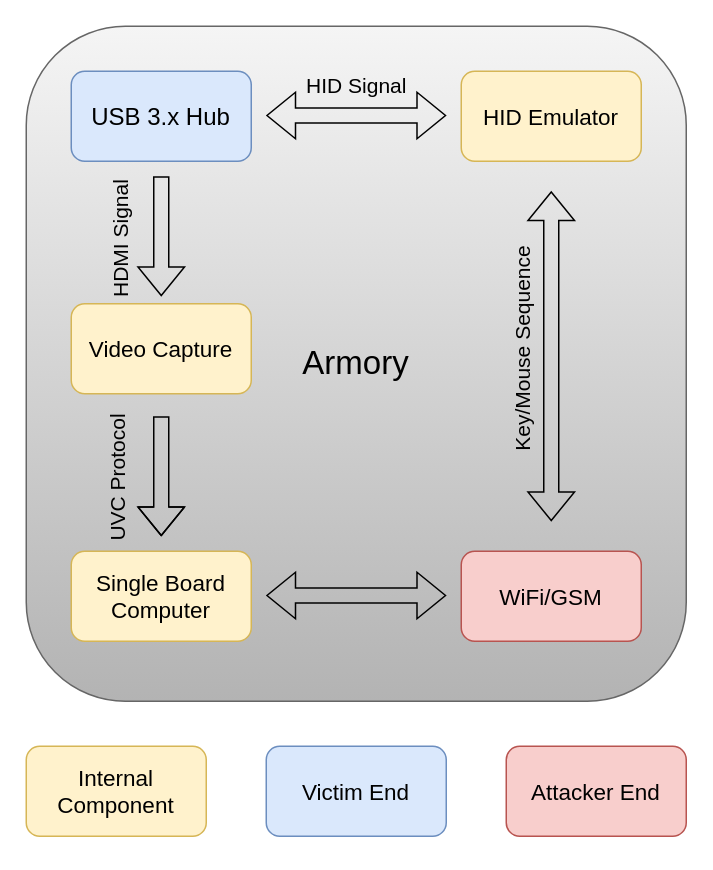
Earlier version of the draw.io diagram WOOT/drawio_fig/Attack Model.drawio (jwnhy/WOOT-BadUSB-C). Source tidied: cells renumbered, new cells numbered last; positions are measured from the earlier drawing's top-left corner, leaving out a move shared by most shapes. Both pictures are drawn from the tidied source at 150%, with x=0, y=0 at pixel (26, 26).
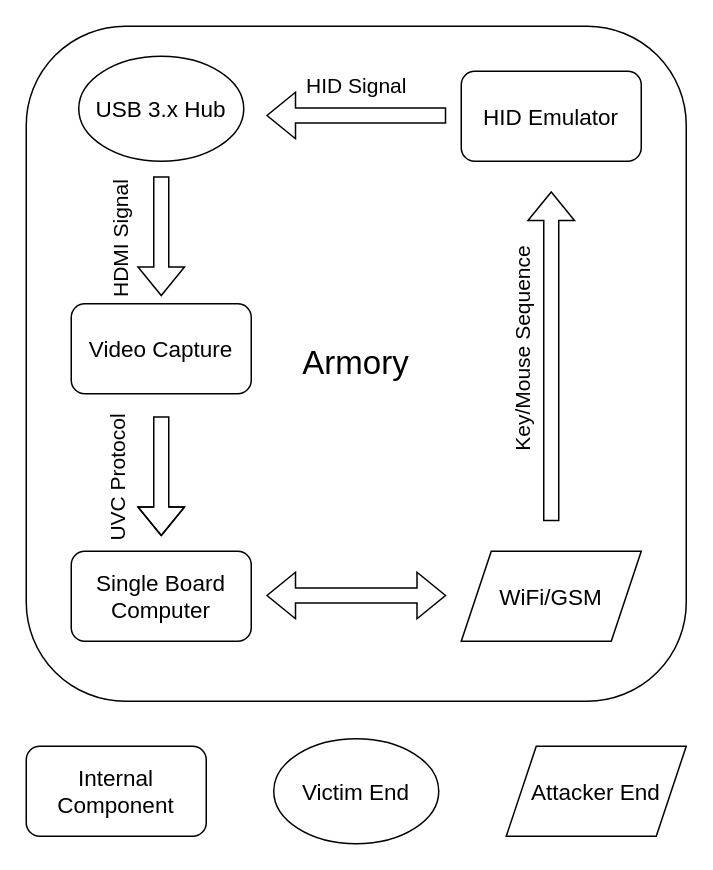
The same diagram, later.

Commit message (it also covers changes not shown here):
change attack model fig

Change to the diagram source:
```diff
@@
-    <mxCell id="2" value="&lt;font style=&quot;font-size: 22px&quot;&gt;Armory&lt;/font&gt;" style="rounded=1;whiteSpace=wrap;html=1;fillColor=#f5f5f5;strokeColor=#666666;gradientColor=#b3b3b3;" parent="1" vertex="1">
+    <mxCell id="2" value="&lt;font style=&quot;font-size: 22px&quot;&gt;Armory&lt;/font&gt;" style="rounded=1;whiteSpace=wrap;html=1;" parent="1" vertex="1">
       <mxGeometry width="440" height="450" as="geometry" />
     </mxCell>
-    <mxCell id="3" value="Key/Mouse Sequence" style="edgeStyle=orthogonalEdgeStyle;shape=flexArrow;rounded=0;orthogonalLoop=1;jettySize=auto;startArrow=block;labelBackgroundColor=none;verticalAlign=middle;horizontal=0;fontSize=14;" parent="1" edge="1">
+    <mxCell id="3" value="Key/Mouse Sequence" style="edgeStyle=orthogonalEdgeStyle;shape=flexArrow;rounded=0;orthogonalLoop=1;jettySize=auto;startArrow=none;labelBackgroundColor=none;verticalAlign=middle;horizontal=0;fontSize=14;fillColor=#ffffff;endArrow=block;endFill=0;startFill=0;" parent="1" edge="1">
       <mxGeometry x="0.05" y="20" relative="1" as="geometry">
         <mxPoint x="350" y="330" as="sourcePoint" />
         <mxPoint x="350" y="110" as="targetPoint" />
       </mxGeometry>
     </mxCell>
-    <mxCell id="4" value="WiFi/GSM" style="rounded=1;whiteSpace=wrap;html=1;fillColor=#f8cecc;strokeColor=#b85450;fontSize=15;" parent="1" vertex="1">
-      <mxGeometry x="290" y="350" width="120" height="60" as="geometry" />
-    </mxCell>
-    <mxCell id="5" style="edgeStyle=orthogonalEdgeStyle;shape=flexArrow;rounded=0;orthogonalLoop=1;jettySize=auto;html=1;startArrow=block;" parent="1" edge="1">
+    <mxCell id="5" style="edgeStyle=orthogonalEdgeStyle;shape=flexArrow;rounded=0;orthogonalLoop=1;jettySize=auto;html=1;startArrow=block;fillColor=#ffffff;" parent="1" edge="1">
       <mxGeometry relative="1" as="geometry">
         <mxPoint x="160" y="379.5" as="sourcePoint" />
         <mxPoint x="280" y="379.5" as="targetPoint" />
       </mxGeometry>
     </mxCell>
-    <mxCell id="6" value="Single Board Computer" style="rounded=1;whiteSpace=wrap;html=1;fillColor=#fff2cc;strokeColor=#d6b656;fontSize=15;" parent="1" vertex="1">
+    <mxCell id="6" value="Single Board Computer" style="rounded=1;whiteSpace=wrap;html=1;fontSize=15;" parent="1" vertex="1">
       <mxGeometry x="30" y="350" width="120" height="60" as="geometry" />
     </mxCell>
-    <mxCell id="7" value="UVC Protocol" style="edgeStyle=orthogonalEdgeStyle;shape=flexArrow;rounded=0;orthogonalLoop=1;jettySize=auto;startArrow=none;startFill=0;labelBackgroundColor=none;horizontal=0;fontSize=14;" parent="1" edge="1">
+    <mxCell id="7" value="UVC Protocol" style="edgeStyle=orthogonalEdgeStyle;shape=flexArrow;rounded=0;orthogonalLoop=1;jettySize=auto;startArrow=none;startFill=0;labelBackgroundColor=none;horizontal=0;fontSize=14;fillColor=#ffffff;" parent="1" edge="1">
       <mxGeometry y="-30" relative="1" as="geometry">
         <mxPoint x="90" y="260" as="sourcePoint" />
         <mxPoint x="90" y="340" as="targetPoint" />
         <Array as="points">
           <mxPoint x="89.5" y="300" />
           <mxPoint x="89.5" y="300" />
         </Array>
       </mxGeometry>
     </mxCell>
-    <mxCell id="8" value="Video Capture" style="rounded=1;whiteSpace=wrap;html=1;fillColor=#fff2cc;strokeColor=#d6b656;fontSize=15;" parent="1" vertex="1">
+    <mxCell id="8" value="Video Capture" style="rounded=1;whiteSpace=wrap;html=1;fontSize=15;" parent="1" vertex="1">
       <mxGeometry x="30" y="185" width="120" height="60" as="geometry" />
     </mxCell>
-    <mxCell id="9" value="HID Signal" style="edgeStyle=orthogonalEdgeStyle;rounded=0;orthogonalLoop=1;jettySize=auto;html=1;shape=flexArrow;startArrow=block;labelBackgroundColor=none;fontSize=14;" parent="1" edge="1">
+    <mxCell id="9" value="HID Signal" style="edgeStyle=orthogonalEdgeStyle;rounded=0;orthogonalLoop=1;jettySize=auto;html=1;shape=flexArrow;startArrow=block;labelBackgroundColor=none;fontSize=14;fillColor=#ffffff;startFill=0;endArrow=none;endFill=0;" parent="1" edge="1">
       <mxGeometry y="20" relative="1" as="geometry">
         <mxPoint x="160" y="59.5" as="sourcePoint" />
         <mxPoint x="280" y="59.5" as="targetPoint" />
       </mxGeometry>
     </mxCell>
-    <mxCell id="10" value="HDMI Signal" style="edgeStyle=orthogonalEdgeStyle;shape=flexArrow;rounded=0;orthogonalLoop=1;jettySize=auto;startArrow=none;startFill=0;labelBackgroundColor=none;align=left;horizontal=0;fontSize=14;" parent="1" edge="1">
+    <mxCell id="10" value="HDMI Signal" style="edgeStyle=orthogonalEdgeStyle;shape=flexArrow;rounded=0;orthogonalLoop=1;jettySize=auto;startArrow=none;startFill=0;labelBackgroundColor=none;align=left;horizontal=0;fontSize=14;fillColor=#ffffff;" parent="1" edge="1">
       <mxGeometry x="1" y="-30" relative="1" as="geometry">
         <mxPoint x="90" y="100" as="sourcePoint" />
         <mxPoint x="90" y="180" as="targetPoint" />
       </mxGeometry>
     </mxCell>
-    <mxCell id="11" value="USB 3.x Hub" style="rounded=1;whiteSpace=wrap;html=1;labelBackgroundColor=none;fillColor=#dae8fc;strokeColor=#6c8ebf;fontSize=16;" parent="1" vertex="1">
-      <mxGeometry x="30" y="30" width="120" height="60" as="geometry" />
-    </mxCell>
-    <mxCell id="12" value="HID Emulator" style="rounded=1;whiteSpace=wrap;html=1;fillColor=#fff2cc;strokeColor=#d6b656;fontSize=15;" parent="1" vertex="1">
+    <mxCell id="12" value="HID Emulator" style="rounded=1;whiteSpace=wrap;html=1;fontSize=15;" parent="1" vertex="1">
       <mxGeometry x="290" y="30" width="120" height="60" as="geometry" />
     </mxCell>
-    <mxCell id="13" value="Internal Component" style="rounded=1;whiteSpace=wrap;html=1;labelBackgroundColor=none;fillColor=#fff2cc;strokeColor=#d6b656;fontSize=15;" parent="1" vertex="1">
+    <mxCell id="13" value="Internal Component" style="rounded=1;whiteSpace=wrap;html=1;labelBackgroundColor=none;fontSize=15;" parent="1" vertex="1">
       <mxGeometry y="480" width="120" height="60" as="geometry" />
     </mxCell>
+    <mxCell id="11" value="USB 3.x Hub" style="ellipse;whiteSpace=wrap;html=1;glass=0;gradientColor=none;fontSize=15;" parent="1" vertex="1">
+      <mxGeometry x="35" y="20" width="110" height="70" as="geometry" />
+    </mxCell>
+    <mxCell id="4" value="WiFi/GSM" style="shape=parallelogram;perimeter=parallelogramPerimeter;whiteSpace=wrap;html=1;fixedSize=1;glass=0;gradientColor=none;fontSize=15;" parent="1" vertex="1">
+      <mxGeometry x="290" y="350" width="120" height="60" as="geometry" />
+    </mxCell>
-    <mxCell id="14" value="Victim End" style="rounded=1;whiteSpace=wrap;html=1;labelBackgroundColor=none;fillColor=#dae8fc;strokeColor=#6c8ebf;fontSize=15;" parent="1" vertex="1">
-      <mxGeometry x="160" y="480" width="120" height="60" as="geometry" />
+    <mxCell id="14" value="Victim End" style="ellipse;whiteSpace=wrap;html=1;glass=0;gradientColor=none;fontSize=15;" parent="1" vertex="1">
+      <mxGeometry x="165" y="475" width="110" height="70" as="geometry" />
     </mxCell>
-    <mxCell id="15" value="&lt;font color=&quot;#000000&quot; style=&quot;font-size: 15px;&quot;&gt;Attacker End&lt;/font&gt;" style="rounded=1;whiteSpace=wrap;html=1;labelBackgroundColor=none;fillColor=#f8cecc;strokeColor=#b85450;fontSize=15;" parent="1" vertex="1">
+    <mxCell id="15" value="Attacker End" style="shape=parallelogram;perimeter=parallelogramPerimeter;whiteSpace=wrap;html=1;fixedSize=1;glass=0;gradientColor=none;fontSize=15;" parent="1" vertex="1">
       <mxGeometry x="320" y="480" width="120" height="60" as="geometry" />
     </mxCell>
```
